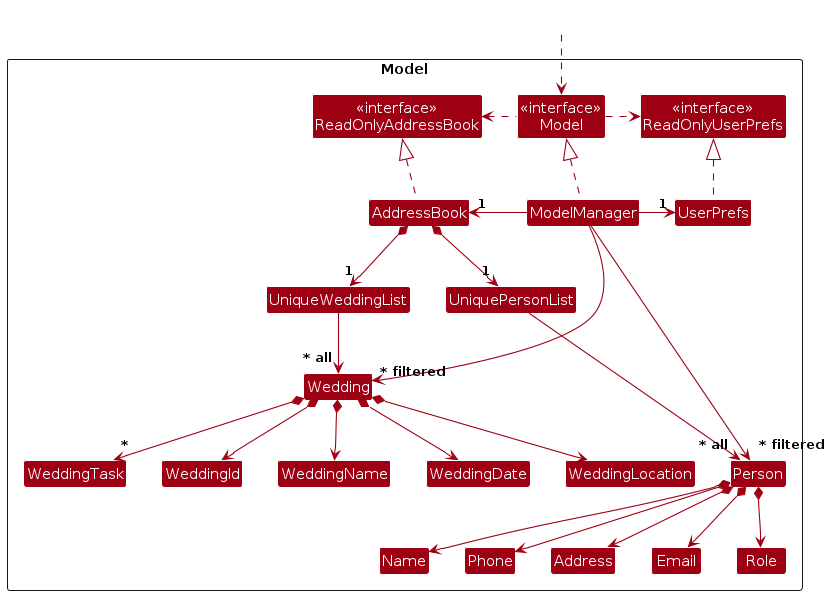
Above: diagrams/ModelClassDiagram.png in AY2425S2-CS2103T-F12-2/tp (PlantUML), before the change. Its source is kept beside it as diagrams/ModelClassDiagram.puml.
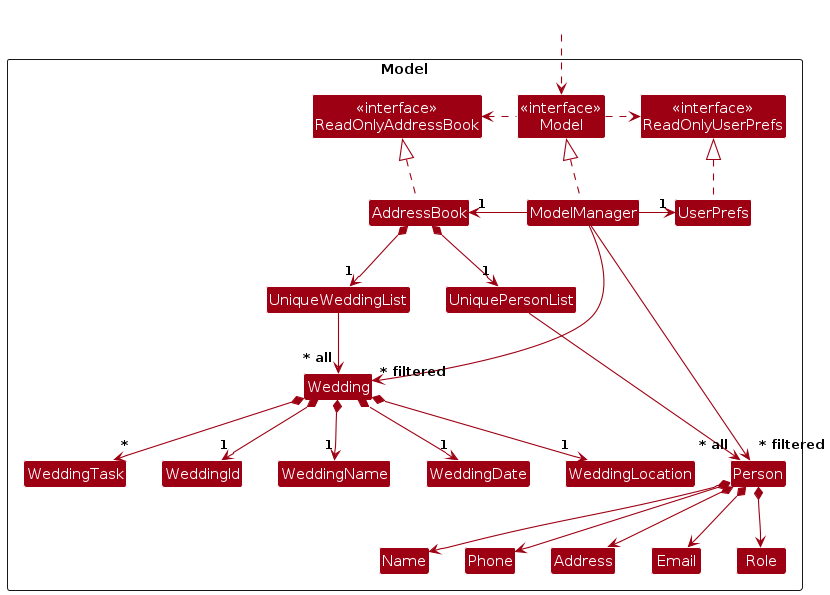
After the commit.

Diff of the diagram source:
```diff
@@ -61,10 +61,10 @@
 
 AddressBook *--> "1" UniqueWeddingList
 UniqueWeddingList --> "~* all" Wedding
-Wedding *--> WeddingId
-Wedding *--> WeddingName
-Wedding *--> WeddingDate
-Wedding *--> WeddingLocation
+Wedding *--> "1" WeddingId
+Wedding *--> "1" WeddingName
+Wedding *--> "1" WeddingDate
+Wedding *--> "1" WeddingLocation
 Wedding *--> "*" WeddingTask
 
 ModelManager --> "~* filtered" Person
```
